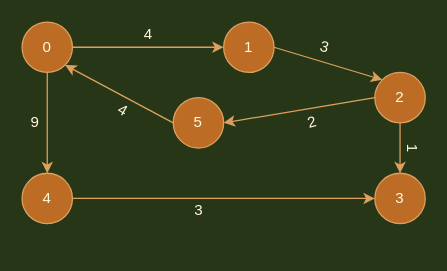
This is dijkstra.drawio from pustvts/pustvts-info, a draw.io file, before an edit. Source tidied: cells renumbered, new cells numbered last; positions are measured from the earlier drawing's top-left corner, leaving out a move shared by most shapes. Both pictures are drawn from the tidied source at 126%, with x=0, y=0 at pixel (21, 21).
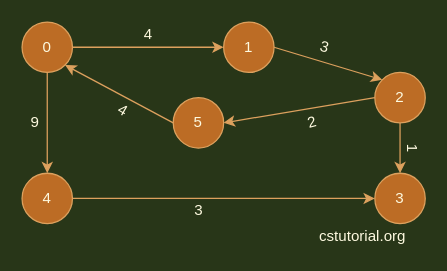
The same page after the edit.

What changed in the source:
```diff
@@
+    <mxCell id="22" value="cstutorial.org" style="text;html=1;align=center;verticalAlign=middle;strokeColor=none;fillColor=none;fontColor=#FEFAE0;" parent="1" vertex="1">
+      <mxGeometry x="220" y="160" width="100" height="20" as="geometry" />
+    </mxCell>
```
